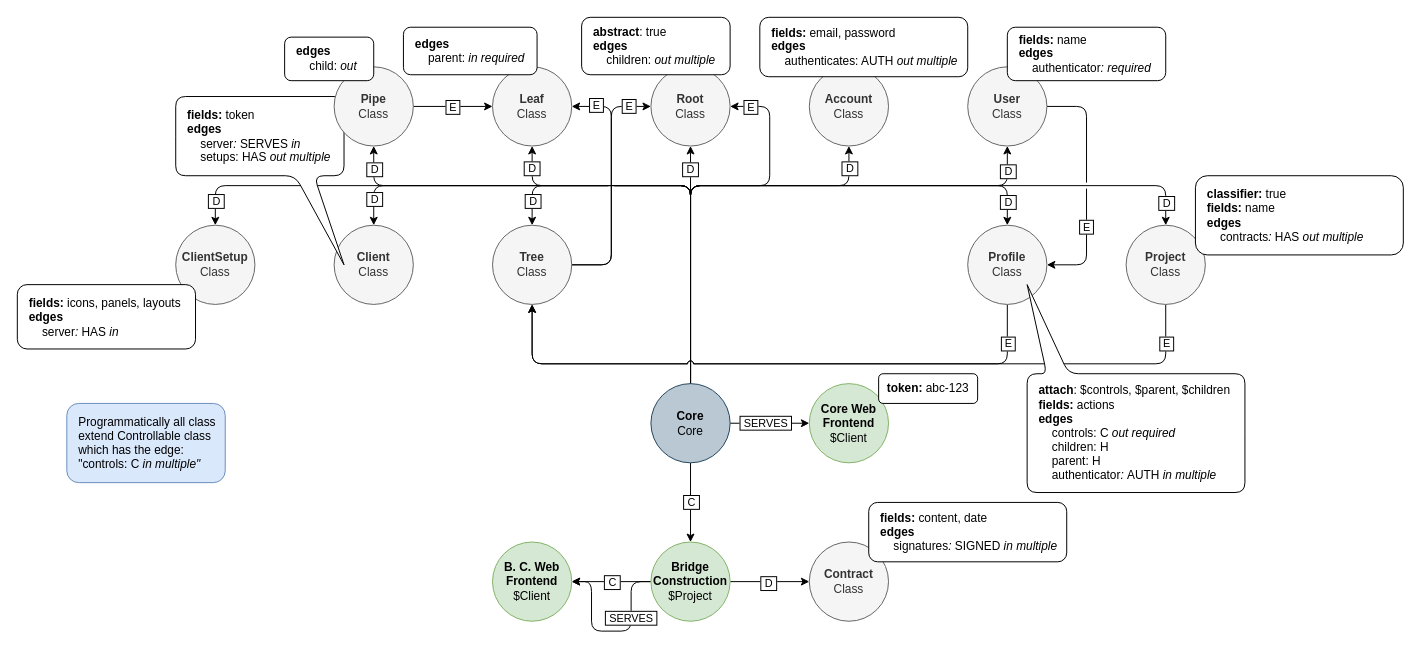
Above: page "No Users" (2 of 4) of docs/bridge_construction.drawio in Kozmonauta/GraphSystem (draw.io), before the change. Source tidied: cells renumbered, new cells numbered last; positions are measured from the earlier drawing's top-left corner, leaving out a move shared by most shapes. Both pictures are drawn from the tidied source at 99%, with x=0, y=0 at pixel (17, 17).
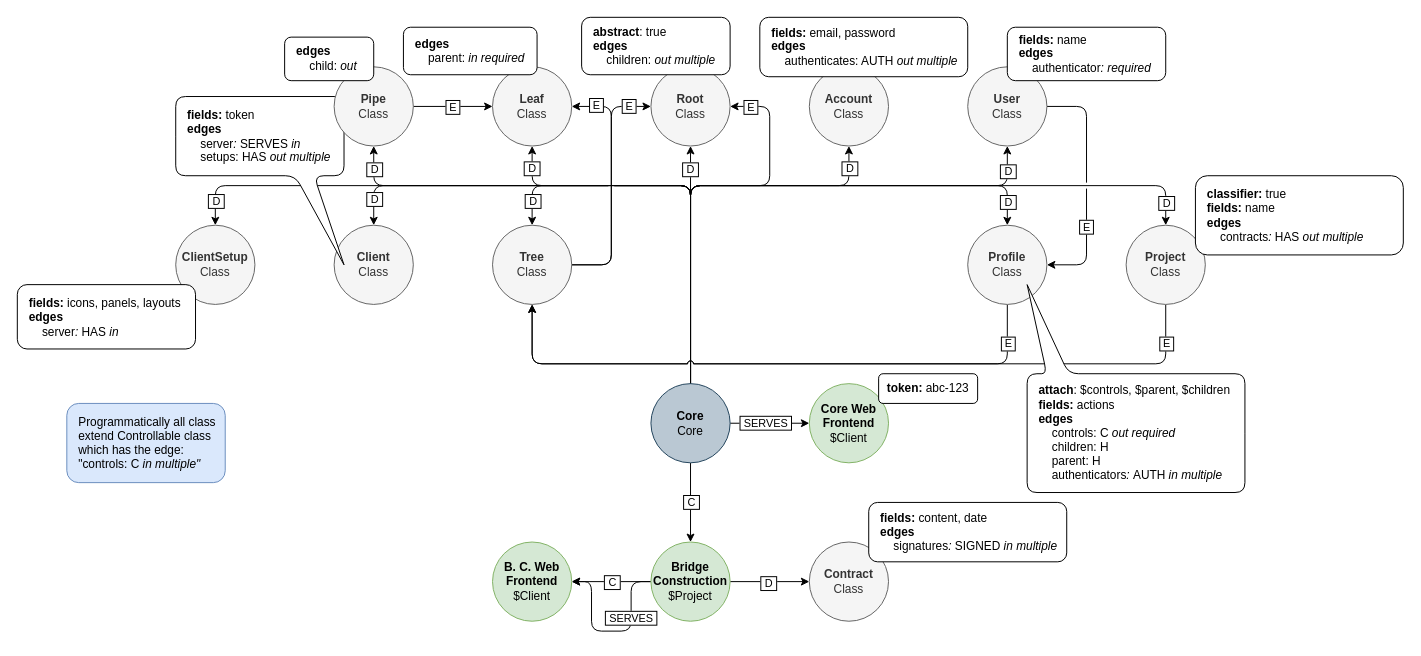
The same page after the edit.

Change to the diagram source:
```diff
@@
-    <mxCell id="66" value="&lt;div&gt;&lt;b&gt;&amp;nbsp; &amp;nbsp;attach&lt;/b&gt;: $controls, $parent, $children&lt;/div&gt;&lt;div&gt;&lt;b&gt;&amp;nbsp; &amp;nbsp;fields:&amp;nbsp;&lt;/b&gt;&lt;span&gt;actions&lt;/span&gt;&lt;br&gt;&lt;/div&gt;&lt;div&gt;&lt;b&gt;&amp;nbsp; &amp;nbsp;edges&lt;/b&gt;&lt;/div&gt;&lt;div&gt;&amp;nbsp; &amp;nbsp; &amp;nbsp; &amp;nbsp;controls: C &lt;i&gt;out required&lt;/i&gt;&lt;/div&gt;&lt;span&gt;&amp;nbsp; &amp;nbsp; &amp;nbsp; &amp;nbsp;children: H&lt;br&gt;&lt;/span&gt;&lt;i&gt;&amp;nbsp; &amp;nbsp; &amp;nbsp; &amp;nbsp;&lt;/i&gt;parent: H&lt;br&gt;&lt;span style=&quot;font-style: italic&quot;&gt;&amp;nbsp; &amp;nbsp; &amp;nbsp; &amp;nbsp;&lt;/span&gt;&lt;span&gt;authenticator&lt;/span&gt;&lt;span style=&quot;font-style: italic&quot;&gt;:&amp;nbsp;&lt;/span&gt;&lt;span&gt;AUTH&lt;/span&gt;&lt;span style=&quot;font-style: italic&quot;&gt;&amp;nbsp;in multiple&lt;/span&gt;" style="shape=callout;whiteSpace=wrap;html=1;perimeter=calloutPerimeter;direction=west;base=22;position2=1;size=90;position=0.81;align=left;rounded=1;" parent="1" vertex="1">
+    <mxCell id="66" value="&lt;div&gt;&lt;b&gt;&amp;nbsp; &amp;nbsp;attach&lt;/b&gt;: $controls, $parent, $children&lt;/div&gt;&lt;div&gt;&lt;b&gt;&amp;nbsp; &amp;nbsp;fields:&amp;nbsp;&lt;/b&gt;&lt;span&gt;actions&lt;/span&gt;&lt;br&gt;&lt;/div&gt;&lt;div&gt;&lt;b&gt;&amp;nbsp; &amp;nbsp;edges&lt;/b&gt;&lt;/div&gt;&lt;div&gt;&amp;nbsp; &amp;nbsp; &amp;nbsp; &amp;nbsp;controls: C &lt;i&gt;out required&lt;/i&gt;&lt;/div&gt;&lt;span&gt;&amp;nbsp; &amp;nbsp; &amp;nbsp; &amp;nbsp;children: H&lt;br&gt;&lt;/span&gt;&lt;i&gt;&amp;nbsp; &amp;nbsp; &amp;nbsp; &amp;nbsp;&lt;/i&gt;parent: H&lt;br&gt;&lt;span style=&quot;font-style: italic&quot;&gt;&amp;nbsp; &amp;nbsp; &amp;nbsp; &amp;nbsp;&lt;/span&gt;&lt;span&gt;authenticators&lt;/span&gt;&lt;span style=&quot;font-style: italic&quot;&gt;:&amp;nbsp;&lt;/span&gt;&lt;span&gt;AUTH&lt;/span&gt;&lt;span style=&quot;font-style: italic&quot;&gt;&amp;nbsp;in multiple&lt;/span&gt;" style="shape=callout;whiteSpace=wrap;html=1;perimeter=calloutPerimeter;direction=west;base=22;position2=1;size=90;position=0.81;align=left;rounded=1;" parent="1" vertex="1">
       <mxGeometry x="1020" y="270" width="220" height="210" as="geometry" />
     </mxCell>
```
